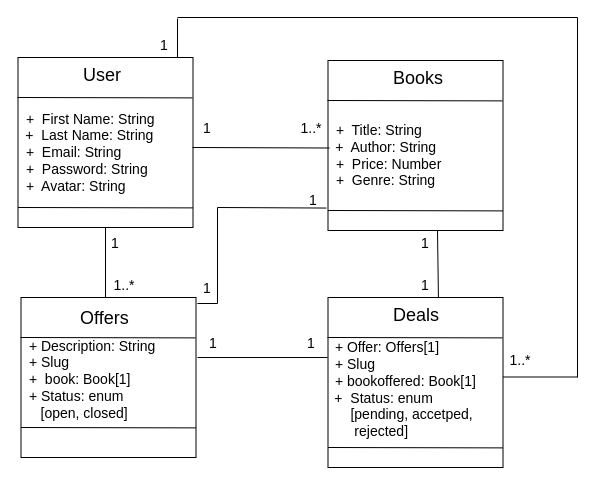
MUHAMMADFARHAN1/Buchtausch keeps this draw.io diagram as Designs/Database/Project Datamodel.drawio.xml. Above is the earlier version. Source tidied: cells renumbered, new cells numbered last; positions are measured from the earlier drawing's top-left corner, leaving out a move shared by most shapes. Both pictures are drawn from the tidied source at 100%, with x=0, y=0 at pixel (17, 17).
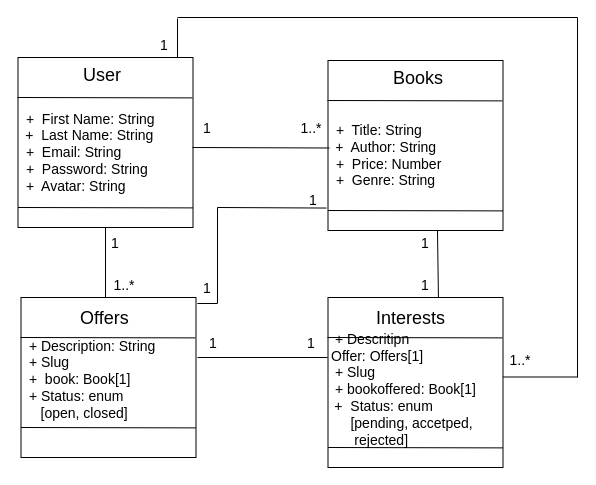
The same diagram, later.

What changed in the source:
```diff
@@
-    <mxCell id="19" value="&lt;font style=&quot;font-size: 18px;&quot;&gt;Deals&lt;/font&gt;" style="text;strokeColor=none;fillColor=none;align=left;verticalAlign=middle;spacingLeft=4;spacingRight=4;overflow=hidden;whiteSpace=wrap;html=1;" parent="1" vertex="1">
-      <mxGeometry x="370" y="283" width="75" height="30" as="geometry" />
+    <mxCell id="19" value="&lt;font style=&quot;font-size: 18px;&quot;&gt;Interests&lt;/font&gt;" style="text;strokeColor=none;fillColor=none;align=left;verticalAlign=middle;spacingLeft=4;spacingRight=4;overflow=hidden;whiteSpace=wrap;html=1;" parent="1" vertex="1">
+      <mxGeometry x="353" y="286" width="90" height="30" as="geometry" />
     </mxCell>
-    <mxCell id="20" value="&lt;font style=&quot;font-size: 14px;&quot;&gt;&amp;nbsp;+ Offer: Offers[1]&lt;/font&gt;&lt;div&gt;&lt;span style=&quot;font-size: 14px;&quot;&gt;&amp;nbsp;+ Slug&amp;nbsp;&lt;/span&gt;&lt;/div&gt;&lt;div&gt;&lt;span style=&quot;font-size: 14px;&quot;&gt;&amp;nbsp;+ bookoffered: Book[1]&lt;br&gt;&lt;/span&gt;&lt;div&gt;&amp;nbsp;&lt;font style=&quot;font-size: 14px;&quot;&gt;+&amp;nbsp; Status: enum&amp;nbsp;&lt;/font&gt;&lt;/div&gt;&lt;div&gt;&lt;font style=&quot;font-size: 14px;&quot;&gt;&amp;nbsp; &amp;nbsp; &amp;nbsp;[pending, accetped,&amp;nbsp; &amp;nbsp; &amp;nbsp; &amp;nbsp; &amp;nbsp; &amp;nbsp; rejected]&lt;/font&gt;&lt;/div&gt;&lt;/div&gt;" style="text;html=1;align=left;verticalAlign=middle;whiteSpace=wrap;rounded=0;" parent="1" vertex="1">
+    <mxCell id="20" value="&lt;font style=&quot;font-size: 14px;&quot;&gt;&amp;nbsp;+ Descritipn&lt;/font&gt;&lt;div&gt;&lt;font style=&quot;font-size: 14px;&quot;&gt;Offer: Offers[1]&lt;/font&gt;&lt;div&gt;&lt;span style=&quot;font-size: 14px;&quot;&gt;&amp;nbsp;+ Slug&amp;nbsp;&lt;/span&gt;&lt;/div&gt;&lt;div&gt;&lt;span style=&quot;font-size: 14px;&quot;&gt;&amp;nbsp;+ bookoffered: Book[1]&lt;br&gt;&lt;/span&gt;&lt;div&gt;&amp;nbsp;&lt;font style=&quot;font-size: 14px;&quot;&gt;+&amp;nbsp; Status: enum&amp;nbsp;&lt;/font&gt;&lt;/div&gt;&lt;div&gt;&lt;font style=&quot;font-size: 14px;&quot;&gt;&amp;nbsp; &amp;nbsp; &amp;nbsp;[pending, accetped,&amp;nbsp; &amp;nbsp; &amp;nbsp; &amp;nbsp; &amp;nbsp; &amp;nbsp; rejected]&lt;/font&gt;&lt;/div&gt;&lt;/div&gt;&lt;/div&gt;" style="text;html=1;align=left;verticalAlign=middle;whiteSpace=wrap;rounded=0;" parent="1" vertex="1">
       <mxGeometry x="311.5" y="357" width="170" height="30" as="geometry" />
     </mxCell>
```
